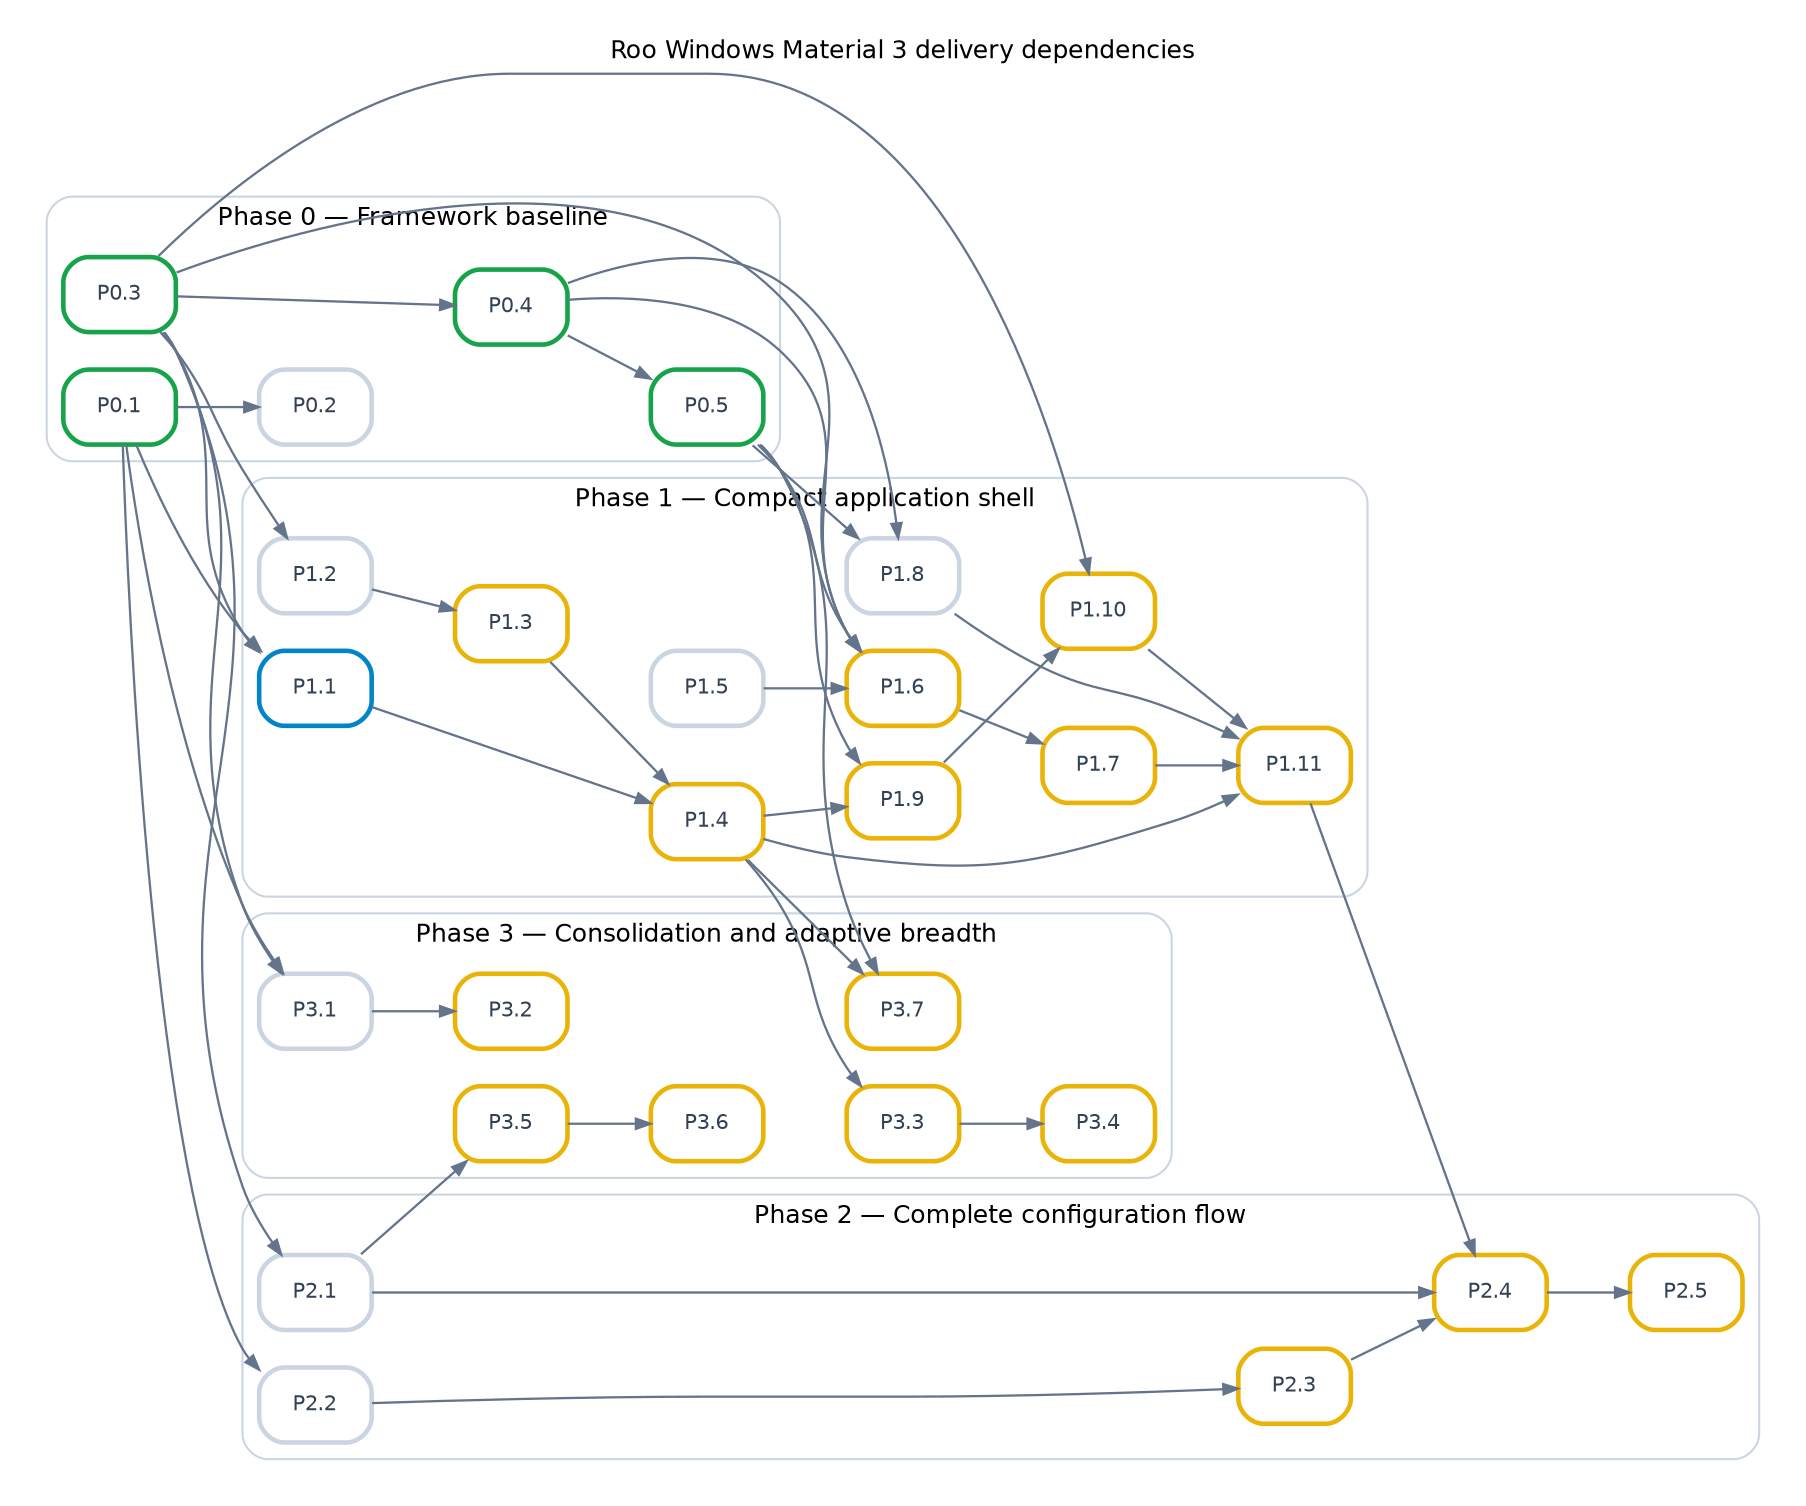
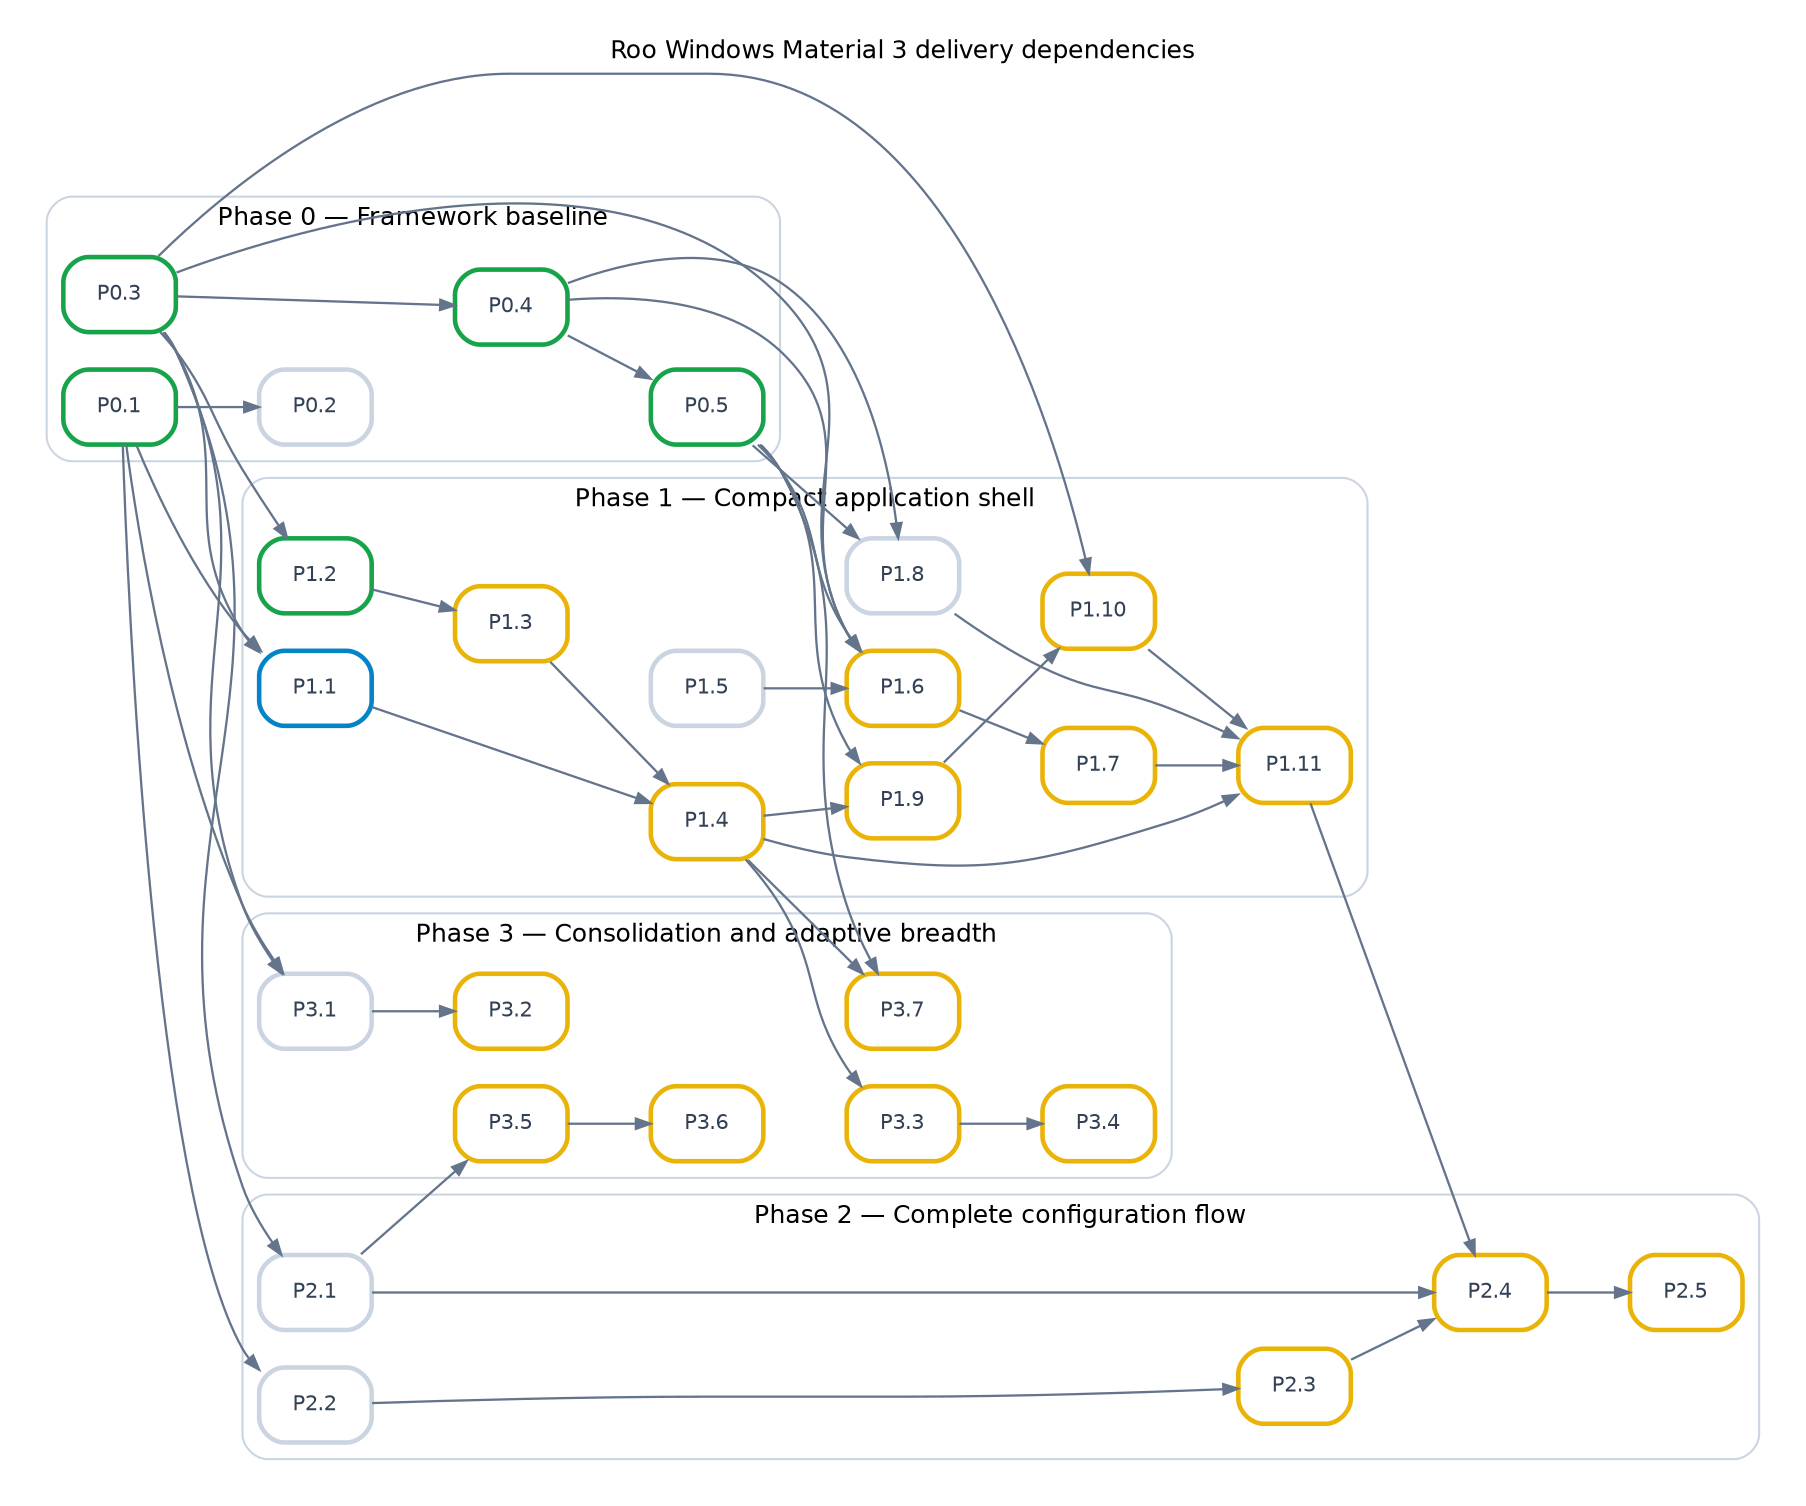
// Source for material3_roadmap_dependencies.svg.
// Keep the full dependency set here. Generate the displayed transitive
// reduction from the repository root with:
//   tred docs/material3_roadmap_dependencies.dot | \
//     dot -Tsvg -o docs/material3_roadmap_dependencies.svg
digraph material3_roadmap_dependencies {
  graph [
    rankdir=LR,
    newrank=true,
    bgcolor="#FFFFFF",
    pad=0.2,
    nodesep=0.25,
    ranksep=0.55,
    fontname="DejaVu Sans",
    fontsize=12,
    labelloc=t,
    label="Roo Windows Material 3 delivery dependencies"
  ];
  node [
    shape=box,
    style="rounded,filled",
    margin="0.10,0.06",
    fontname="DejaVu Sans",
    fontsize=10,
    penwidth=2.2,
    target="_top",
    fillcolor="#FFFFFF",
    color="#EAB308",
    fontcolor="#334155"
  ];
  edge [color="#64748B", arrowsize=0.7, penwidth=1.1];

  subgraph cluster_phase0 {
    label="Phase 0 — Framework baseline";
    color="#CBD5E1";
    style="rounded";

    p0_1 [label="P0.1", fillcolor="#FFFFFF", color="#16A34A",
          fontcolor="#334155", URL="material3_roadmap.md#p0-1",
          tooltip="Theme ownership split"];
    p0_2 [label="P0.2", fillcolor="#FFFFFF", color="#CBD5E1",
          fontcolor="#334155", URL="material3_roadmap.md#p0-2",
          tooltip="Supported-target baseline for the theme split"];
    p0_3 [label="P0.3", fillcolor="#FFFFFF", color="#16A34A",
          fontcolor="#334155", URL="material3_roadmap.md#p0-3",
          tooltip="Keyboard/focus framework"];
    p0_4 [label="P0.4", fillcolor="#FFFFFF", color="#16A34A",
          fontcolor="#334155", URL="material3_roadmap.md#p0-4",
          tooltip="Semantic Back/Escape routing"];
    p0_5 [label="P0.5", fillcolor="#FFFFFF", color="#16A34A",
          fontcolor="#334155", URL="material3_roadmap.md#p0-5",
          tooltip="Interactive-transient slot and dialog lifetime migration"];
  }

  subgraph cluster_phase1 {
    label="Phase 1 — Compact application shell";
    color="#CBD5E1";
    style="rounded";

    p1_1 [label="P1.1", fillcolor="#FFFFFF", color="#0284C7",
          fontcolor="#334155", URL="material3_roadmap.md#p1-1",
          tooltip="Finish app-bar component verification"];
-     p1_2 [label="P1.2", fillcolor="#FFFFFF", color="#CBD5E1",
+     p1_2 [label="P1.2", fillcolor="#FFFFFF", color="#16A34A",
          fontcolor="#334155", URL="material3_roadmap.md#p1-2",
          tooltip="Amend the navigation-bar design for keyboard operation"];
    p1_3 [label="P1.3", URL="material3_roadmap.md#p1-3",
          tooltip="Implement compact navigation bar"];
    p1_4 [label="P1.4", URL="material3_roadmap.md#p1-4",
          tooltip="Implement the compact LayoutScaffold slice"];
    p1_5 [label="P1.5", fillcolor="#FFFFFF", color="#CBD5E1",
          fontcolor="#334155", URL="material3_roadmap.md#p1-5",
          tooltip="Implement the shared presentation-pin host"];
    p1_6 [label="P1.6", URL="material3_roadmap.md#p1-6",
          tooltip="Reconcile menu ownership and input design"];
    p1_7 [label="P1.7", URL="material3_roadmap.md#p1-7",
          tooltip="Implement Material 3 menus"];
    p1_8 [label="P1.8", fillcolor="#FFFFFF", color="#CBD5E1",
          fontcolor="#334155", URL="material3_roadmap.md#p1-8",
          tooltip="Implement basic Material 3 dialogs"];
    p1_9 [label="P1.9", URL="material3_roadmap.md#p1-9",
          tooltip="Reconcile snackbar queue ownership design"];
    p1_10 [label="P1.10", URL="material3_roadmap.md#p1-10",
           tooltip="Implement snackbar widget, presenter, and queue"];
    p1_11 [label="P1.11", URL="material3_roadmap.md#p1-11",
           tooltip="Integrate the compact settings shell"];
  }

  subgraph cluster_phase2 {
    label="Phase 2 — Complete configuration flow";
    color="#CBD5E1";
    style="rounded";

    p2_1 [label="P2.1", fillcolor="#FFFFFF", color="#CBD5E1",
          fontcolor="#334155", URL="material3_roadmap.md#p2-1",
          tooltip="Implement single-line Material 3 text fields"];
    p2_2 [label="P2.2", fillcolor="#FFFFFF", color="#CBD5E1",
          fontcolor="#334155", URL="material3_roadmap.md#p2-2",
          tooltip="Design progress indicators"];
    p2_3 [label="P2.3", URL="material3_roadmap.md#p2-3",
          tooltip="Implement progress indicators"];
    p2_4 [label="P2.4", URL="material3_roadmap.md#p2-4",
          tooltip="Implement the Material 3 Wi-Fi configuration flow"];
    p2_5 [label="P2.5", URL="material3_roadmap.md#p2-5",
          tooltip="Verify the configuration flow on target"];
  }

  subgraph cluster_phase3 {
    label="Phase 3 — Consolidation and adaptive breadth";
    color="#CBD5E1";
    style="rounded";

    p3_1 [label="P3.1", fillcolor="#FFFFFF", color="#CBD5E1",
          fontcolor="#334155", URL="material3_roadmap.md#p3-1",
          tooltip="Specify the existing card, checkbox, radio-button, and switch families"];
    p3_2 [label="P3.2", URL="material3_roadmap.md#p3-2",
          tooltip="Reconcile existing control implementations with P3.1"];
    p3_3 [label="P3.3", URL="material3_roadmap.md#p3-3",
          tooltip="Design adaptive navigation orchestration"];
    p3_4 [label="P3.4", URL="material3_roadmap.md#p3-4",
          tooltip="Implement adaptive navigation"];
    p3_5 [label="P3.5", URL="material3_roadmap.md#p3-5",
          tooltip="Design multiline editing and composition"];
    p3_6 [label="P3.6", URL="material3_roadmap.md#p3-6",
          tooltip="Implement multiline Material 3 text fields"];
    p3_7 [label="P3.7", URL="material3_roadmap.md#p3-7",
          tooltip="Implement modal sheets and adopt transient lifetime"];
  }

  p0_1 -> p0_2;
  p0_3 -> p0_4 -> p0_5;

  p0_1 -> p1_1;
  p0_3 -> p1_1;
  p0_3 -> p1_2;
  p1_2 -> p1_3;
  p1_1 -> p1_4;
  p1_3 -> p1_4;
  p0_3 -> p1_6;
  p0_4 -> p1_6;
  p0_5 -> p1_6;
  p1_5 -> p1_6 -> p1_7;
  p0_4 -> p1_8;
  p0_5 -> p1_8;
  p0_5 -> p1_9;
  p1_4 -> p1_9;
  p0_3 -> p1_10;
  p1_9 -> p1_10;
  p1_4 -> p1_11;
  p1_7 -> p1_11;
  p1_8 -> p1_11;
  p1_10 -> p1_11;

  p0_3 -> p2_1;
  p0_1 -> p2_2;
  p2_2 -> p2_3;
  p1_11 -> p2_4;
  p2_1 -> p2_4;
  p2_3 -> p2_4 -> p2_5;

  p0_1 -> p3_1;
  p0_3 -> p3_1;
  p3_1 -> p3_2;
  p1_4 -> p3_3 -> p3_4;
  p2_1 -> p3_5 -> p3_6;
  p0_5 -> p3_7;
  p1_4 -> p3_7;
}
